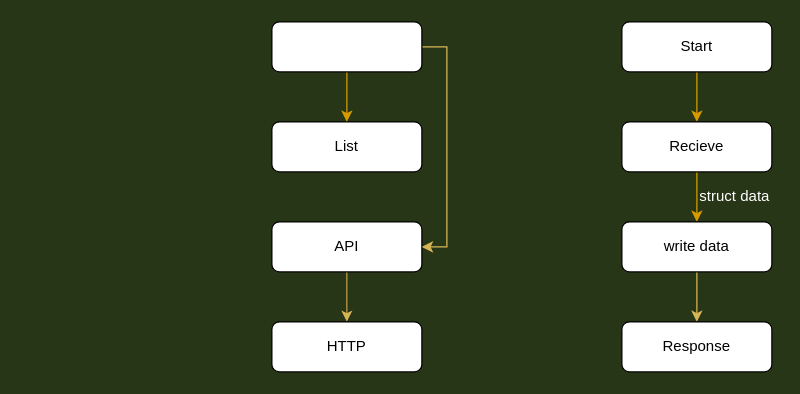
This is Untitled Diagram.drawio from AntiSoundWorld/Server-Curl, a draw.io file, before an edit. Source tidied: cells renumbered, new cells numbered last; positions are measured from the earlier drawing's top-left corner, leaving out a move shared by most shapes. Both pictures are drawn from the tidied source at 125%, with x=0, y=0 at pixel (271, -4).
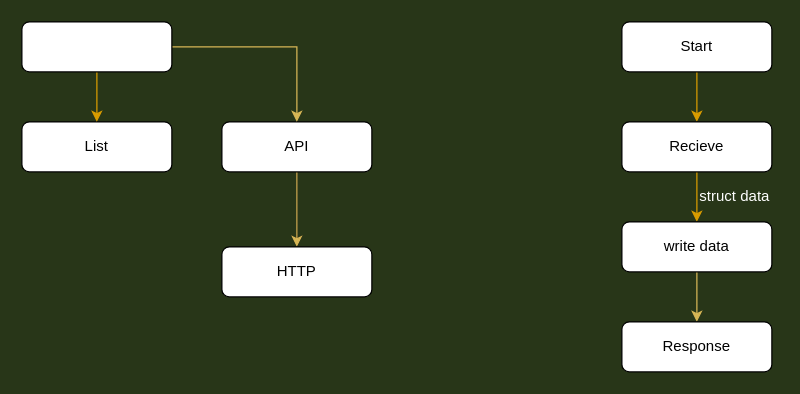
The same diagram, later.

The edit, as a diff of the source:
```diff
@@
     <mxCell id="2" style="edgeStyle=orthogonalEdgeStyle;rounded=0;orthogonalLoop=1;jettySize=auto;html=1;" parent="1" edge="1">
       <mxGeometry relative="1" as="geometry">
-        <mxPoint x="360" as="targetPoint" />
+        <mxPoint x="160" as="targetPoint" />
       </mxGeometry>
     </mxCell>
@@
-    <mxCell id="12" style="edgeStyle=orthogonalEdgeStyle;rounded=0;jettySize=auto;html=1;" parent="1" edge="1" source="14" target="16">
+    <mxCell id="12" style="edgeStyle=orthogonalEdgeStyle;rounded=0;jettySize=auto;html=1;fillColor=#fff2cc;strokeColor=#d6b656;" parent="1" edge="1" source="14" target="16">
       <mxGeometry relative="1" as="geometry" />
     </mxCell>
-    <mxCell id="13" style="edgeStyle=orthogonalEdgeStyle;rounded=0;jettySize=auto;html=1;entryX=0.5;entryY=0;entryDx=0;entryDy=0;fillColor=#fff2cc;strokeColor=#d6b656;" parent="1" edge="1" source="14" target="16">
-      <mxGeometry relative="1" as="geometry" />
-    </mxCell>
     <mxCell id="14" value="API" style="rounded=1;whiteSpace=wrap;html=1;" parent="1" vertex="1">
-      <mxGeometry y="180" width="120" height="40" as="geometry" />
+      <mxGeometry x="-40" y="100" width="120" height="40" as="geometry" />
     </mxCell>
     <mxCell id="15" value="List" style="rounded=1;whiteSpace=wrap;html=1;" parent="1" vertex="1">
-      <mxGeometry y="100" width="120" height="40" as="geometry" />
+      <mxGeometry x="-200" y="100" width="120" height="40" as="geometry" />
     </mxCell>
     <mxCell id="16" value="HTTP" style="rounded=1;whiteSpace=wrap;html=1;" parent="1" vertex="1">
-      <mxGeometry y="260" width="120" height="40" as="geometry" />
+      <mxGeometry x="-40" y="200" width="120" height="40" as="geometry" />
     </mxCell>
@@
-    <mxCell id="18" style="edgeStyle=orthogonalEdgeStyle;rounded=0;jettySize=auto;html=1;fillColor=#fff2cc;strokeColor=#d6b656;" parent="1" edge="1" source="19">
-      <mxGeometry relative="1" as="geometry">
-        <mxPoint x="120" y="200" as="targetPoint" />
-        <Array as="points">
-          <mxPoint x="140" y="40" />
-          <mxPoint x="140" y="200" />
-          <mxPoint x="120" y="200" />
-        </Array>
-      </mxGeometry>
-    </mxCell>
+    <mxCell id="20" style="edgeStyle=orthogonalEdgeStyle;rounded=0;jettySize=auto;html=1;entryX=0.5;entryY=0;entryDx=0;entryDy=0;exitX=1;exitY=0.5;exitDx=0;exitDy=0;fillColor=#fff2cc;strokeColor=#d6b656;" parent="1" edge="1" source="19" target="14">
+      <mxGeometry relative="1" as="geometry" />
+    </mxCell>
     <mxCell id="19" style="rounded=1;whiteSpace=wrap;html=1;" parent="1" vertex="1">
-      <mxGeometry y="20" width="120" height="40" as="geometry" />
+      <mxGeometry x="-200" y="20" width="120" height="40" as="geometry" />
     </mxCell>
```
